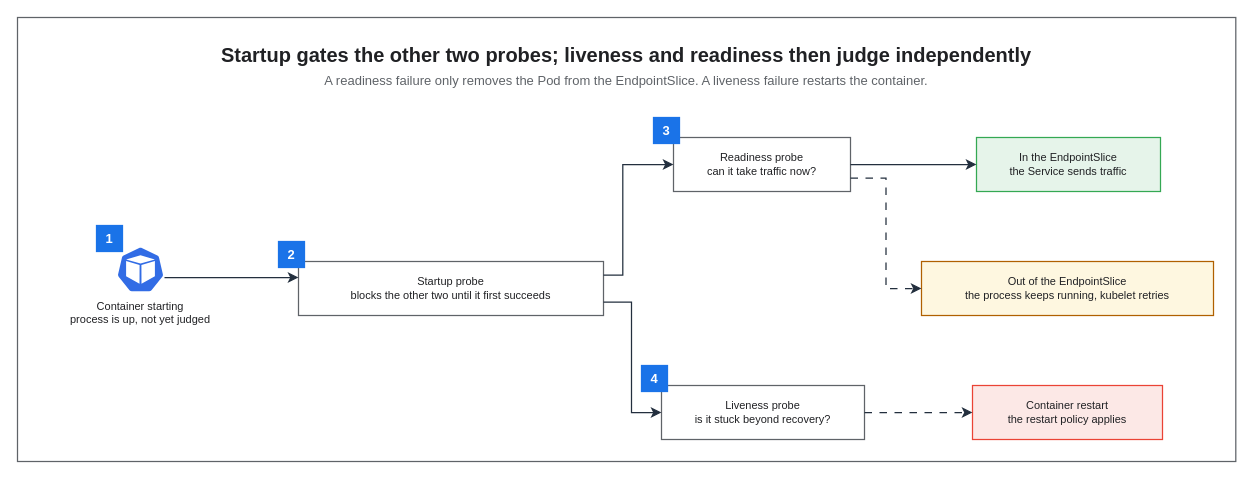
KKamJi98/kkamji98.github.io keeps this draw.io diagram as assets/img/kubernetes/probe-state-flow.drawio. Above is the earlier version. Source tidied: cells renumbered, new cells numbered last; positions are measured from the earlier drawing's top-left corner, leaving out a move shared by most shapes. Both pictures are drawn from the tidied source at 100%, with x=0, y=0 at pixel (17, 17).
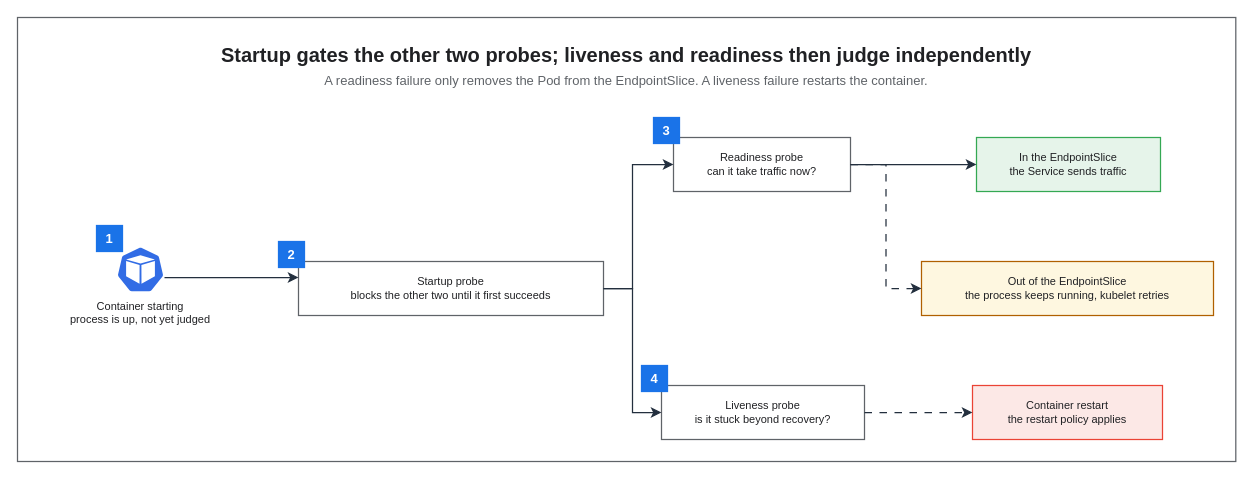
Above is the later version.

The change refers to these unchanged cells:
```xml
<mxCell id="6" value="Startup probe&#10;blocks the other two until it first succeeds" style="rounded=0;whiteSpace=wrap;html=0;fillColor=#FFFFFF;strokeColor=#5F6368;fontColor=#202124;fontSize=11;fontStyle=0;align=center;verticalAlign=middle;spacingLeft=6;spacingRight=6;strokeWidth=1.25;" parent="1" vertex="1">
  <mxGeometry x="281" y="244" width="305" height="54" as="geometry" />
</mxCell>
<mxCell id="7" value="Readiness probe&#10;can it take traffic now?" style="rounded=0;whiteSpace=wrap;html=0;fillColor=#FFFFFF;strokeColor=#5F6368;fontColor=#202124;fontSize=11;fontStyle=0;align=center;verticalAlign=middle;spacingLeft=6;spacingRight=6;strokeWidth=1.25;" parent="1" vertex="1">
  <mxGeometry x="656" y="120" width="177" height="54" as="geometry" />
</mxCell>
<mxCell id="8" value="Liveness probe&#10;is it stuck beyond recovery?" style="rounded=0;whiteSpace=wrap;html=0;fillColor=#FFFFFF;strokeColor=#5F6368;fontColor=#202124;fontSize=11;fontStyle=0;align=center;verticalAlign=middle;spacingLeft=6;spacingRight=6;strokeWidth=1.25;" parent="1" vertex="1">
  <mxGeometry x="644" y="368" width="203" height="54" as="geometry" />
</mxCell>
<mxCell id="10" value="Out of the EndpointSlice&#10;the process keeps running, kubelet retries" style="rounded=0;whiteSpace=wrap;html=0;fillColor=#FEF7E0;strokeColor=#B06000;fontColor=#202124;fontSize=11;fontStyle=0;align=center;verticalAlign=middle;spacingLeft=6;spacingRight=6;strokeWidth=1.25;" parent="1" vertex="1">
  <mxGeometry x="904" y="244" width="292" height="54" as="geometry" />
</mxCell>
```

Diff of the diagram source:
```diff
@@
-    <mxCell id="17" style="edgeStyle=orthogonalEdgeStyle;rounded=0;html=0;strokeColor=#232F3E;strokeWidth=1.25;endArrow=classic;endFill=1;endSize=7;fontSize=11;fontColor=#202124;labelBackgroundColor=none;jettySize=14;exitX=1;exitY=0.25;entryX=0;entryY=0.5;exitDx=0;exitDy=0;entryDx=0;entryDy=0;" parent="1" edge="1" source="6" target="7">
+    <mxCell id="17" style="edgeStyle=orthogonalEdgeStyle;rounded=0;html=0;strokeColor=#232F3E;strokeWidth=1.25;endArrow=classic;endFill=1;endSize=7;fontSize=11;fontColor=#202124;labelBackgroundColor=none;jettySize=14;exitX=1;exitY=0.5;entryX=0;entryY=0.5;exitDx=0;exitDy=0;entryDx=0;entryDy=0;" parent="1" edge="1" source="6" target="7">
       <mxGeometry relative="1" as="geometry">
         <Array as="points">
-          <mxPoint x="605.3" y="257.5" />
-          <mxPoint x="605.3" y="147" />
+          <mxPoint x="615" y="271" />
+          <mxPoint x="615" y="147" />
         </Array>
       </mxGeometry>
     </mxCell>
-    <mxCell id="18" style="edgeStyle=orthogonalEdgeStyle;rounded=0;html=0;strokeColor=#232F3E;strokeWidth=1.25;endArrow=classic;endFill=1;endSize=7;fontSize=11;fontColor=#202124;labelBackgroundColor=none;jettySize=14;exitX=1;exitY=0.75;entryX=0;entryY=0.5;exitDx=0;exitDy=0;entryDx=0;entryDy=0;" parent="1" edge="1" source="6" target="8">
+    <mxCell id="18" style="edgeStyle=orthogonalEdgeStyle;rounded=0;html=0;strokeColor=#232F3E;strokeWidth=1.25;endArrow=classic;endFill=1;endSize=7;fontSize=11;fontColor=#202124;labelBackgroundColor=none;jettySize=14;exitX=1;exitY=0.5;entryX=0;entryY=0.5;exitDx=0;exitDy=0;entryDx=0;entryDy=0;" parent="1" edge="1" source="6" target="8">
       <mxGeometry relative="1" as="geometry">
         <Array as="points">
-          <mxPoint x="614" y="284.5" />
-          <mxPoint x="614" y="395" />
+          <mxPoint x="615" y="271" />
+          <mxPoint x="615" y="395" />
         </Array>
       </mxGeometry>
     </mxCell>
@@
-    <mxCell id="20" style="edgeStyle=orthogonalEdgeStyle;rounded=0;html=0;strokeColor=#232F3E;strokeWidth=1.25;endArrow=classic;endFill=1;endSize=7;fontSize=11;fontColor=#202124;labelBackgroundColor=none;jettySize=14;dashed=1;dashPattern=6 6;exitX=1;exitY=0.75;entryX=0;entryY=0.5;exitDx=0;exitDy=0;entryDx=0;entryDy=0;" parent="1" edge="1" source="7" target="10">
+    <mxCell id="20" style="edgeStyle=orthogonalEdgeStyle;rounded=0;html=0;strokeColor=#232F3E;strokeWidth=1.25;endArrow=classic;endFill=1;endSize=7;fontSize=11;fontColor=#202124;labelBackgroundColor=none;jettySize=14;dashed=1;dashPattern=6 6;exitX=1;exitY=0.5;entryX=0;entryY=0.5;exitDx=0;exitDy=0;entryDx=0;entryDy=0;" parent="1" edge="1" source="7" target="10">
       <mxGeometry relative="1" as="geometry">
         <Array as="points">
-          <mxPoint x="868.5" y="160.5" />
+          <mxPoint x="868.5" y="147" />
           <mxPoint x="868.5" y="271" />
         </Array>
       </mxGeometry>
     </mxCell>
```
